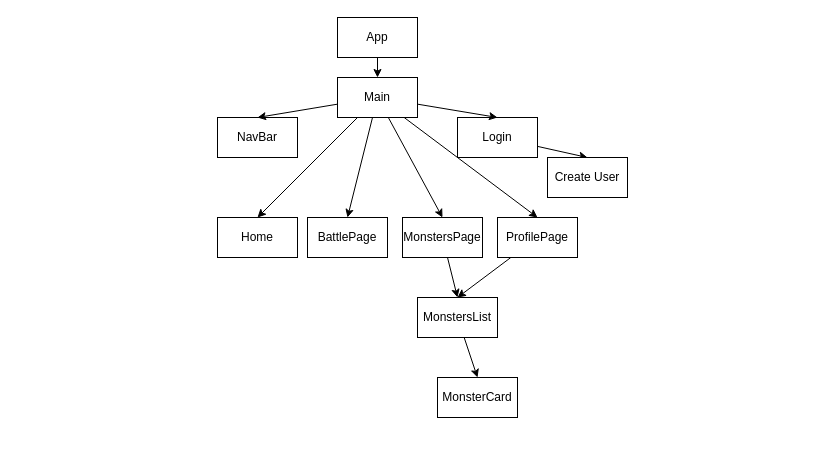
Above: PlanningDiagrams/React-Components-Tree.drawio in jdavis8898/Super-Original-Monster-Battler (draw.io), before the change. Source tidied: cells renumbered, new cells numbered last; positions are measured from the earlier drawing's top-left corner, leaving out a move shared by most shapes. Both pictures are drawn from the tidied source at 100%, with x=0, y=0 at pixel (217, 17).
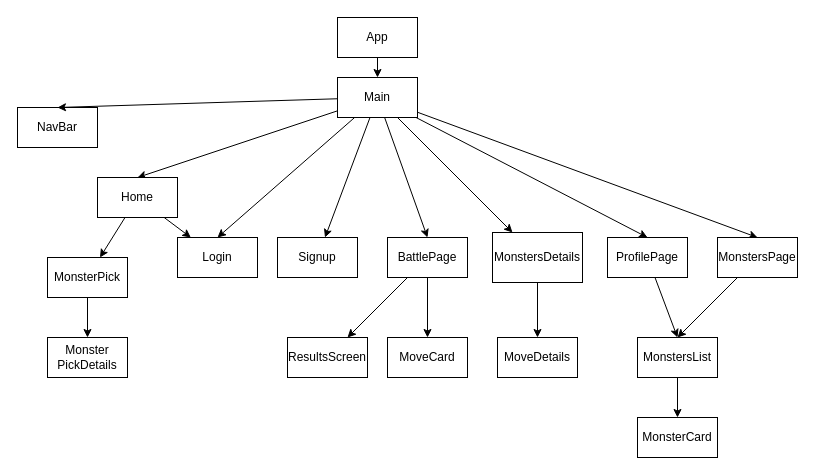
The same diagram, later.

Commit message (it also covers changes not shown here):
Updated React Comp Tree

Unchanged cells that the change refers to:
```xml
<mxCell id="14" value="Main" style="rounded=0;whiteSpace=wrap;html=1;" parent="1" vertex="1">
  <mxGeometry x="120" y="60" width="80" height="40" as="geometry" />
</mxCell>
```

What changed in the source:
```diff
@@
     <mxCell id="4" value="NavBar" style="rounded=0;whiteSpace=wrap;html=1;" parent="1" vertex="1">
-      <mxGeometry y="100" width="80" height="40" as="geometry" />
+      <mxGeometry x="-200" y="90" width="80" height="40" as="geometry" />
     </mxCell>
+    <mxCell id="24" style="edgeStyle=none;html=1;" parent="1" edge="1" source="5" target="34">
+      <mxGeometry relative="1" as="geometry" />
+    </mxCell>
+    <mxCell id="25" style="edgeStyle=none;html=1;" parent="1" edge="1" source="5" target="35">
+      <mxGeometry relative="1" as="geometry" />
+    </mxCell>
     <mxCell id="5" value="BattlePage" style="rounded=0;whiteSpace=wrap;html=1;" parent="1" vertex="1">
-      <mxGeometry x="90" y="200" width="80" height="40" as="geometry" />
+      <mxGeometry x="170" y="220" width="80" height="40" as="geometry" />
     </mxCell>
-    <mxCell id="6" style="edgeStyle=none;html=1;entryX=0.5;entryY=0;entryDx=0;entryDy=0;" parent="1" edge="1" source="7" target="16">
-      <mxGeometry relative="1" as="geometry" />
-    </mxCell>
     <mxCell id="7" value="Login" style="rounded=0;whiteSpace=wrap;html=1;" parent="1" vertex="1">
-      <mxGeometry x="240" y="100" width="80" height="40" as="geometry" />
+      <mxGeometry x="-40" y="220" width="80" height="40" as="geometry" />
     </mxCell>
@@
+    <mxCell id="26" style="edgeStyle=none;html=1;" parent="1" edge="1" source="14" target="33">
+      <mxGeometry relative="1" as="geometry" />
+    </mxCell>
+    <mxCell id="27" style="edgeStyle=none;html=1;" parent="1" edge="1" source="14" target="37">
+      <mxGeometry relative="1" as="geometry" />
+    </mxCell>
@@
+    <mxCell id="28" style="edgeStyle=none;html=1;" parent="1" edge="1" source="15" target="7">
+      <mxGeometry relative="1" as="geometry" />
+    </mxCell>
+    <mxCell id="29" style="edgeStyle=none;html=1;" parent="1" edge="1" source="15" target="31">
+      <mxGeometry relative="1" as="geometry" />
+    </mxCell>
     <mxCell id="15" value="Home" style="rounded=0;whiteSpace=wrap;html=1;" parent="1" vertex="1">
-      <mxGeometry y="200" width="80" height="40" as="geometry" />
+      <mxGeometry x="-120" y="160" width="80" height="40" as="geometry" />
     </mxCell>
-    <mxCell id="16" value="Create User" style="rounded=0;whiteSpace=wrap;html=1;" parent="1" vertex="1">
-      <mxGeometry x="330" y="140" width="80" height="40" as="geometry" />
-    </mxCell>
@@
     <mxCell id="18" value="MonstersPage" style="rounded=0;whiteSpace=wrap;html=1;" parent="1" vertex="1">
-      <mxGeometry x="185" y="200" width="80" height="40" as="geometry" />
+      <mxGeometry x="500" y="220" width="80" height="40" as="geometry" />
     </mxCell>
@@
     <mxCell id="20" value="MonstersList" style="rounded=0;whiteSpace=wrap;html=1;" parent="1" vertex="1">
-      <mxGeometry x="200" y="280" width="80" height="40" as="geometry" />
+      <mxGeometry x="420" y="320" width="80" height="40" as="geometry" />
     </mxCell>
     <mxCell id="21" value="MonsterCard" style="rounded=0;whiteSpace=wrap;html=1;" parent="1" vertex="1">
-      <mxGeometry x="220" y="360" width="80" height="40" as="geometry" />
+      <mxGeometry x="420" y="400" width="80" height="40" as="geometry" />
     </mxCell>
@@
     <mxCell id="23" value="ProfilePage" style="rounded=0;whiteSpace=wrap;html=1;" parent="1" vertex="1">
-      <mxGeometry x="280" y="200" width="80" height="40" as="geometry" />
+      <mxGeometry x="390" y="220" width="80" height="40" as="geometry" />
     </mxCell>
+    <mxCell id="30" style="edgeStyle=none;html=1;" parent="1" edge="1" source="31" target="32">
+      <mxGeometry relative="1" as="geometry" />
+    </mxCell>
+    <mxCell id="31" value="MonsterPick" style="rounded=0;whiteSpace=wrap;html=1;" parent="1" vertex="1">
+      <mxGeometry x="-170" y="240" width="80" height="40" as="geometry" />
+    </mxCell>
+    <mxCell id="32" value="Monster&lt;br&gt;PickDetails" style="rounded=0;whiteSpace=wrap;html=1;" parent="1" vertex="1">
+      <mxGeometry x="-170" y="320" width="80" height="40" as="geometry" />
+    </mxCell>
+    <mxCell id="33" value="Signup" style="rounded=0;whiteSpace=wrap;html=1;" parent="1" vertex="1">
+      <mxGeometry x="60" y="220" width="80" height="40" as="geometry" />
+    </mxCell>
+    <mxCell id="34" value="ResultsScreen" style="rounded=0;whiteSpace=wrap;html=1;" parent="1" vertex="1">
+      <mxGeometry x="70" y="320" width="80" height="40" as="geometry" />
+    </mxCell>
+    <mxCell id="35" value="MoveCard" style="rounded=0;whiteSpace=wrap;html=1;" parent="1" vertex="1">
+      <mxGeometry x="170" y="320" width="80" height="40" as="geometry" />
+    </mxCell>
+    <mxCell id="36" style="edgeStyle=none;html=1;" parent="1" edge="1" source="37" target="38">
+      <mxGeometry relative="1" as="geometry" />
+    </mxCell>
+    <mxCell id="37" value="MonstersDetails" style="rounded=0;whiteSpace=wrap;html=1;" parent="1" vertex="1">
+      <mxGeometry x="275" y="215" width="90" height="50" as="geometry" />
+    </mxCell>
+    <mxCell id="38" value="MoveDetails" style="rounded=0;whiteSpace=wrap;html=1;" parent="1" vertex="1">
+      <mxGeometry x="280" y="320" width="80" height="40" as="geometry" />
+    </mxCell>
```
